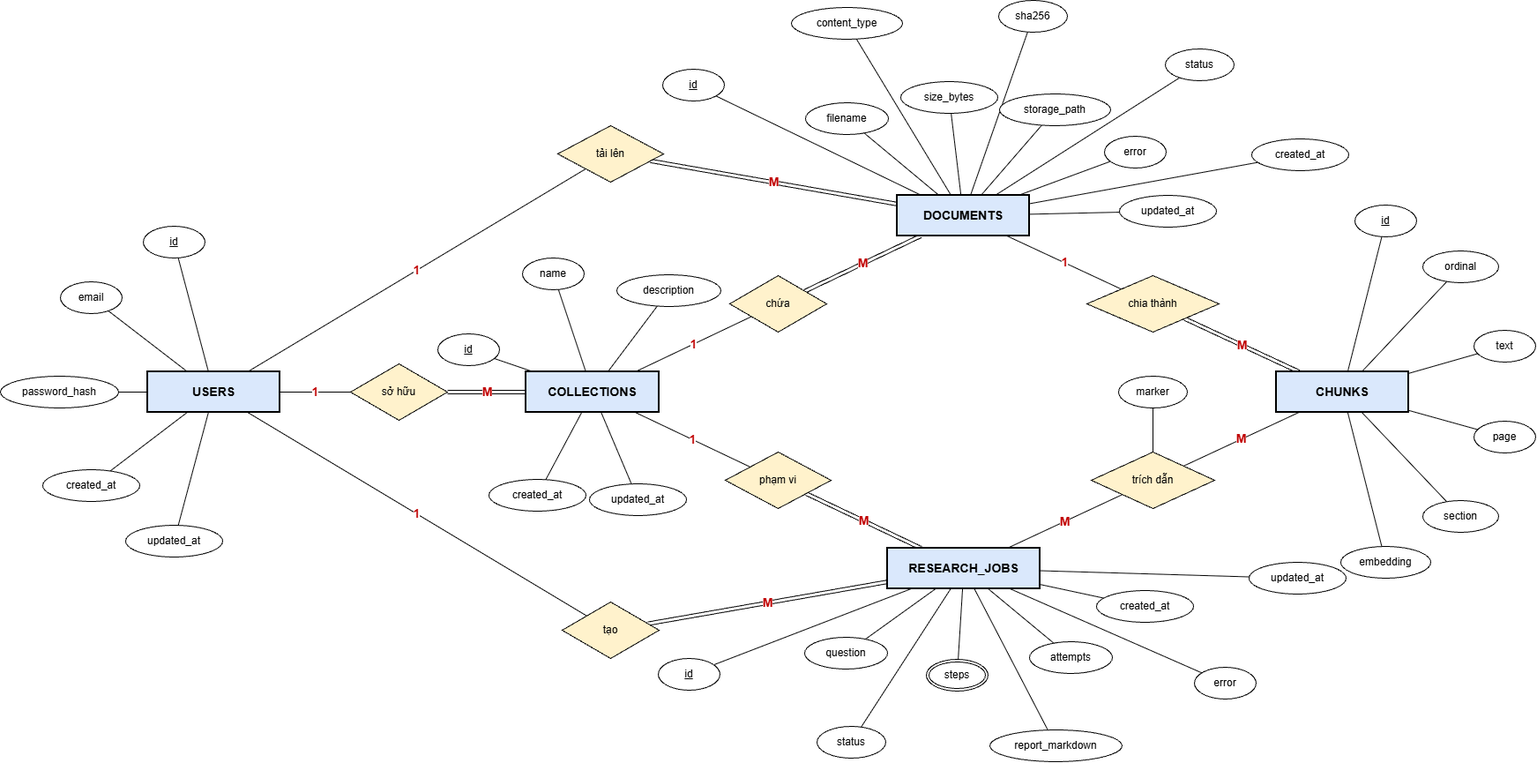
This is enterprise-research-agent/docs/diagrams/ERD.drawio.png from mliotlab/task_grp_intern261, a draw.io export, as it was before one commit. Source tidied: cells renumbered, new cells last; positions are measured from the earlier drawing's top-left corner, leaving out a move shared by most shapes.
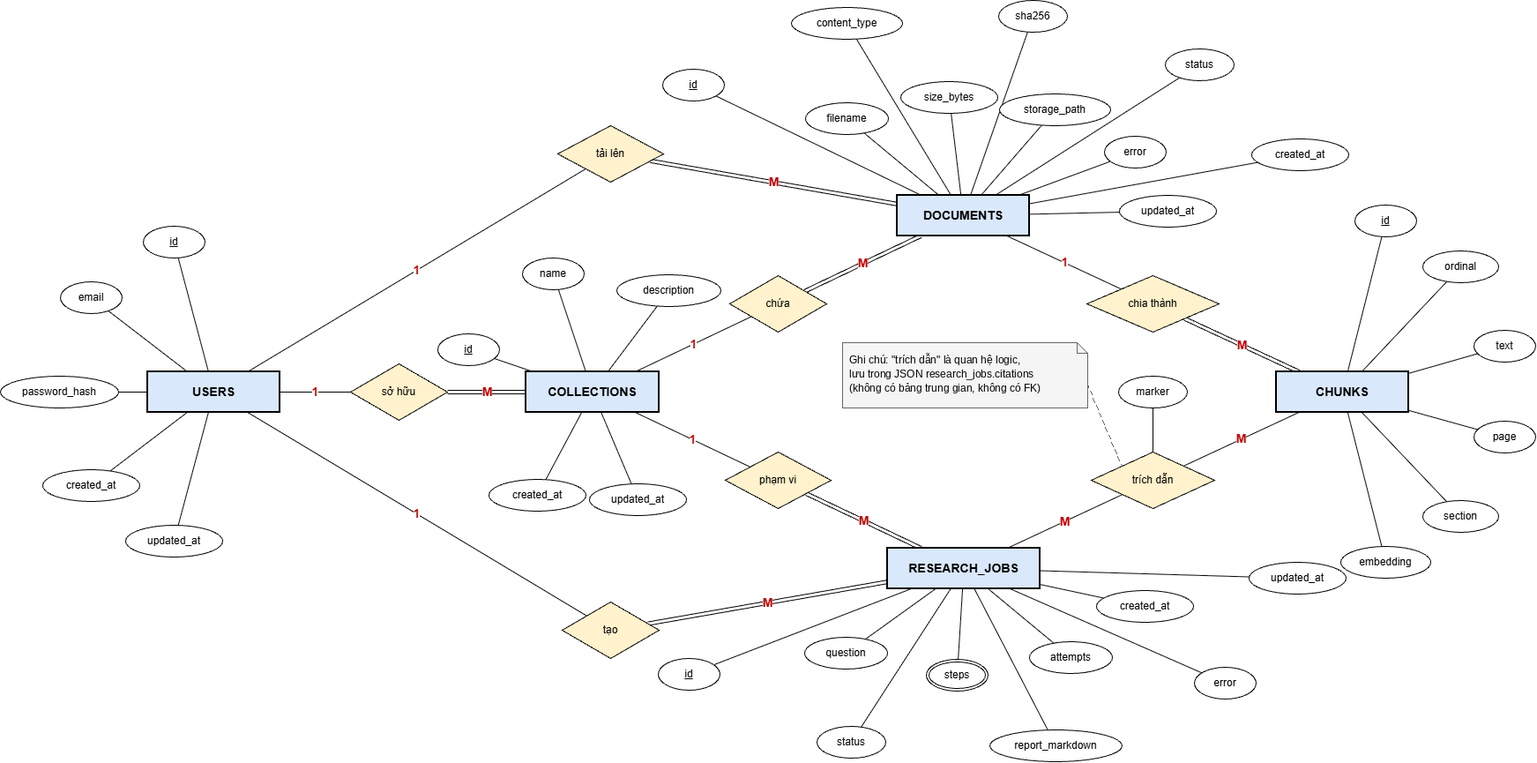
The same file after the commit.

Commit message:
docs(era): ERA-7 update system architecture and database ERD

The edit, as a diff of the source:
```diff
@@ -296,5 +296,11 @@
     <mxCell id="99" value="updated_at" style="ellipse;whiteSpace=wrap;html=1;fillColor=#ffffff;strokeColor=#000000;fontSize=12;" parent="1" vertex="1">
       <mxGeometry x="1416" y="637" width="110" height="36" as="geometry" />
     </mxCell>
+    <mxCell id="100" value="Ghi chú: &quot;trích dẫn&quot; là quan hệ logic,&lt;br&gt;lưu trong JSON research_jobs.citations&lt;br&gt;(không có bảng trung gian, không có FK)" style="shape=note;whiteSpace=wrap;html=1;size=12;fillColor=#f5f5f5;strokeColor=#666666;fontSize=11;align=left;spacingLeft=6;verticalAlign=middle;" parent="1" vertex="1">
+      <mxGeometry x="955" y="388" width="278" height="74" as="geometry" />
+    </mxCell>
+    <mxCell id="101" style="endArrow=none;dashed=1;html=1;strokeColor=#666666;" parent="1" edge="1" source="100" target="61">
+      <mxGeometry relative="1" as="geometry" />
+    </mxCell>
   </root>
 </mxGraphModel>
```
